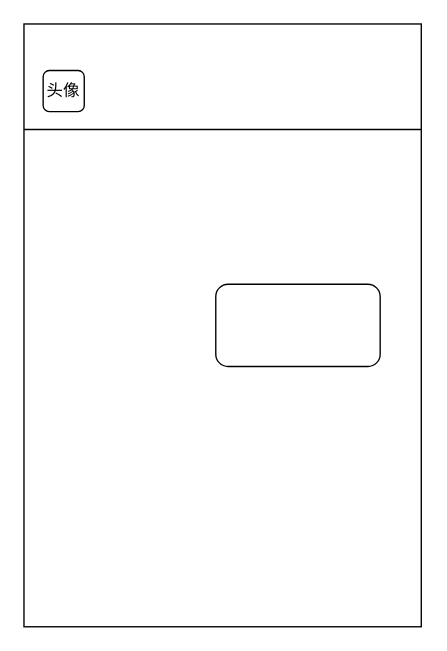
The draw.io diagram 下单页.drawio in MoWan-inc/sketch, before the edit. Source tidied: cells renumbered, new cells numbered last; positions are measured from the earlier drawing's top-left corner, leaving out a move shared by most shapes. Both pictures are drawn from the tidied source at 137%, with x=0, y=0 at pixel (23, 23).
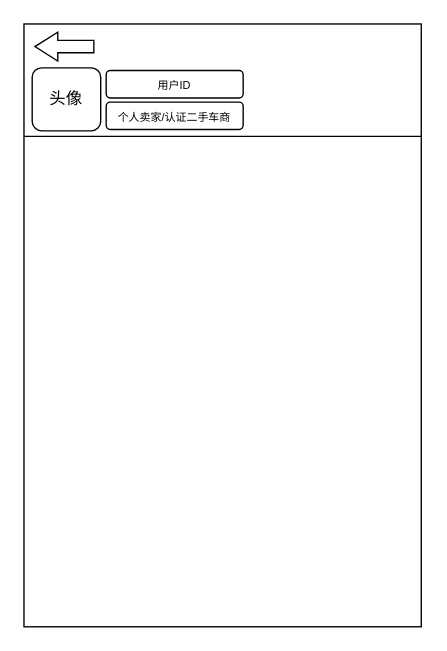
The same page after the edit.

Commit message (it also covers changes not shown here):
更新下单页.drawio

What changed in the source:
```diff
@@
 <mxGraphModel>
   <root>
     <mxCell id="0" />
     <mxCell id="1" parent="0" />
     <mxCell id="2" style="rounded=0;whiteSpace=wrap;html=1;" parent="1" vertex="1">
       <mxGeometry width="290" height="440" as="geometry" />
     </mxCell>
-    <mxCell id="3" style="rounded=1;whiteSpace=wrap;html=1;" parent="1" vertex="1">
-      <mxGeometry x="140" y="190" width="120" height="60" as="geometry" />
-    </mxCell>
     <mxCell id="4" value="头像" style="rounded=1;whiteSpace=wrap;html=1;" parent="1" vertex="1">
-      <mxGeometry x="14" y="34" width="30" height="30" as="geometry" />
+      <mxGeometry x="6" y="32" width="50" height="46" as="geometry" />
     </mxCell>
     <mxCell id="5" style="endArrow=none;html=1;rounded=0;" parent="1" edge="1">
       <mxGeometry relative="1" as="geometry">
-        <mxPoint y="77" as="sourcePoint" />
-        <mxPoint x="290" y="77" as="targetPoint" />
+        <mxPoint y="82" as="sourcePoint" />
+        <mxPoint x="290" y="82" as="targetPoint" />
         <Array as="points">
-          <mxPoint x="290" y="77" />
+          <mxPoint x="290" y="82" />
         </Array>
       </mxGeometry>
     </mxCell>
+    <mxCell id="6" style="shape=flexArrow;endArrow=classic;html=1;rounded=0;" parent="1" edge="1">
+      <mxGeometry relative="1" as="geometry">
+        <mxPoint x="170" y="250" as="sourcePoint" />
+        <mxPoint x="170" y="250" as="targetPoint" />
+      </mxGeometry>
+    </mxCell>
+    <mxCell id="7" style="html=1;shadow=0;dashed=0;align=center;verticalAlign=middle;shape=mxgraph.arrows2.arrow;dy=0.57;dx=16.67;flipH=1;notch=0;" parent="1" vertex="1">
+      <mxGeometry x="8" y="6" width="43" height="21" as="geometry" />
+    </mxCell>
+    <mxCell id="8" value="&lt;font style=&quot;font-size: 8px;&quot;&gt;用户ID&lt;/font&gt;" style="rounded=1;whiteSpace=wrap;html=1;" parent="1" vertex="1">
+      <mxGeometry x="60" y="34" width="100" height="20" as="geometry" />
+    </mxCell>
+    <mxCell id="9" value="&lt;font style=&quot;font-size: 8px;&quot;&gt;个人卖家/认证二手车商&lt;/font&gt;" style="rounded=1;whiteSpace=wrap;html=1;" parent="1" vertex="1">
+      <mxGeometry x="60" y="57" width="100" height="20" as="geometry" />
+    </mxCell>
   </root>
 </mxGraphModel>
```
